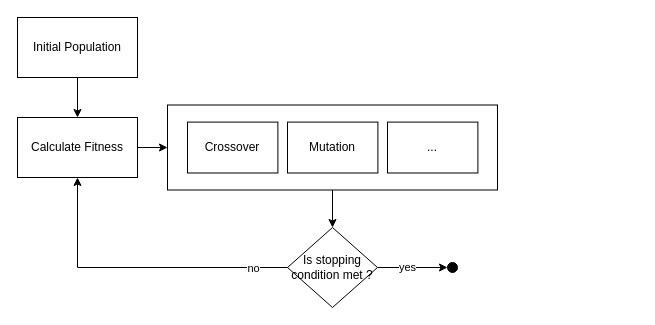
This is src/thesis/figures/reproductive_plan.drawio from TaIos/master-thesis, a draw.io file, before an edit. Source tidied: cells renumbered, new cells numbered last; positions are measured from the earlier drawing's top-left corner, leaving out a move shared by most shapes. Both pictures are drawn from the tidied source at 100%, with x=0, y=0 at pixel (17, 17).
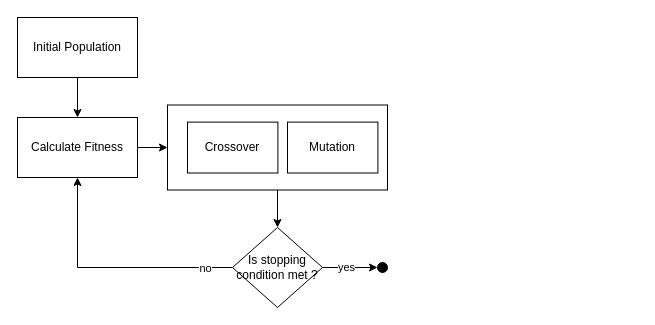
The same diagram, later.

Commit message (it also covers changes not shown here):
writing: update reproductive plan

Change to the diagram source:
```diff
@@
 <mxGraphModel>
   <root>
     <mxCell id="0" />
     <mxCell id="1" parent="0" />
     <mxCell id="2" style="edgeStyle=orthogonalEdgeStyle;rounded=0;jettySize=auto;html=1;entryX=0.5;entryY=0;entryDx=0;entryDy=0;" parent="1" edge="1" source="3" target="5">
       <mxGeometry relative="1" as="geometry" />
     </mxCell>
     <mxCell id="3" value="Initial Population" style="rounded=0;whiteSpace=wrap;html=1;" parent="1" vertex="1">
       <mxGeometry width="120" height="60" as="geometry" />
     </mxCell>
     <mxCell id="4" style="edgeStyle=orthogonalEdgeStyle;rounded=0;jettySize=auto;html=1;entryX=0;entryY=0.5;entryDx=0;entryDy=0;" parent="1" edge="1" source="5" target="7">
       <mxGeometry relative="1" as="geometry" />
     </mxCell>
     <mxCell id="5" value="Calculate Fitness" style="rounded=0;whiteSpace=wrap;html=1;" parent="1" vertex="1">
       <mxGeometry y="100" width="120" height="60" as="geometry" />
     </mxCell>
     <mxCell id="6" style="group;" parent="1" vertex="1">
       <mxGeometry x="180" y="75" width="440" height="97.5" as="geometry" />
     </mxCell>
     <mxCell id="7" style="rounded=0;whiteSpace=wrap;html=1;" parent="6" vertex="1">
-      <mxGeometry x="-30" y="12.5" width="330" height="85" as="geometry" />
+      <mxGeometry x="-30" y="12.5" width="220" height="85" as="geometry" />
     </mxCell>
     <mxCell id="8" value="Crossover" style="rounded=0;whiteSpace=wrap;html=1;" parent="6" vertex="1">
       <mxGeometry x="-10" y="29.6" width="90.4" height="50.9" as="geometry" />
     </mxCell>
     <mxCell id="9" value="Mutation" style="rounded=0;whiteSpace=wrap;html=1;" parent="6" vertex="1">
       <mxGeometry x="90" y="29.6" width="90.4" height="50.9" as="geometry" />
     </mxCell>
-    <mxCell id="10" value="..." style="rounded=0;whiteSpace=wrap;html=1;" parent="6" vertex="1">
-      <mxGeometry x="190" y="29.6" width="90.4" height="50.9" as="geometry" />
-    </mxCell>
     <mxCell id="11" style="edgeStyle=orthogonalEdgeStyle;rounded=0;jettySize=auto;html=1;entryX=0.5;entryY=1;entryDx=0;entryDy=0;" parent="1" edge="1" source="15" target="5">
       <mxGeometry relative="1" as="geometry" />
     </mxCell>
     <mxCell id="12" value="no" style="edgeLabel;html=1;align=center;verticalAlign=middle;" parent="11" vertex="1">
       <mxGeometry x="-0.77" relative="1" as="geometry" />
     </mxCell>
     <mxCell id="13" style="edgeStyle=orthogonalEdgeStyle;rounded=0;jettySize=auto;html=1;entryX=0;entryY=0.5;entryDx=0;entryDy=0;" parent="1" edge="1" source="15" target="16">
       <mxGeometry relative="1" as="geometry" />
     </mxCell>
     <mxCell id="14" value="yes" style="edgeLabel;html=1;align=center;verticalAlign=middle;" parent="13" vertex="1">
       <mxGeometry x="-0.17" y="1" relative="1" as="geometry" />
     </mxCell>
     <mxCell id="15" value="Is stopping condition met ?" style="rhombus;whiteSpace=wrap;html=1;" parent="1" vertex="1">
-      <mxGeometry x="270" y="210" width="90" height="80" as="geometry" />
+      <mxGeometry x="215" y="210" width="90" height="80" as="geometry" />
     </mxCell>
     <mxCell id="16" style="ellipse;whiteSpace=wrap;html=1;fillColor=#000000;" parent="1" vertex="1">
-      <mxGeometry x="430" y="245" width="10" height="10" as="geometry" />
+      <mxGeometry x="360" y="245" width="10" height="10" as="geometry" />
     </mxCell>
     <mxCell id="17" style="edgeStyle=orthogonalEdgeStyle;rounded=0;jettySize=auto;html=1;entryX=0.5;entryY=0;entryDx=0;entryDy=0;" parent="1" edge="1" source="7" target="15">
       <mxGeometry relative="1" as="geometry" />
     </mxCell>
   </root>
 </mxGraphModel>
```
